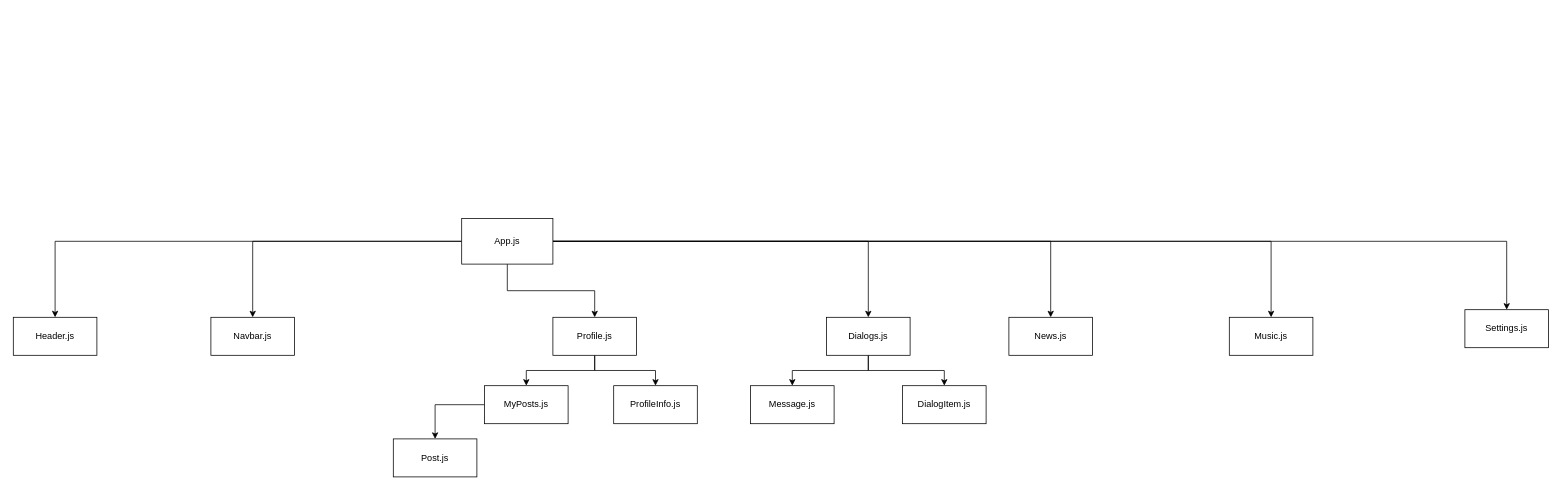
Above: Social-Network.drawio in Lonerr7/Youtube-React-Social-Network (draw.io), before the change. Source tidied: cells renumbered, new cells numbered last; positions are measured from the earlier drawing's top-left corner, leaving out a move shared by most shapes. Both pictures are drawn from the tidied source at 76%, with x=0, y=0 at pixel (13, 218).
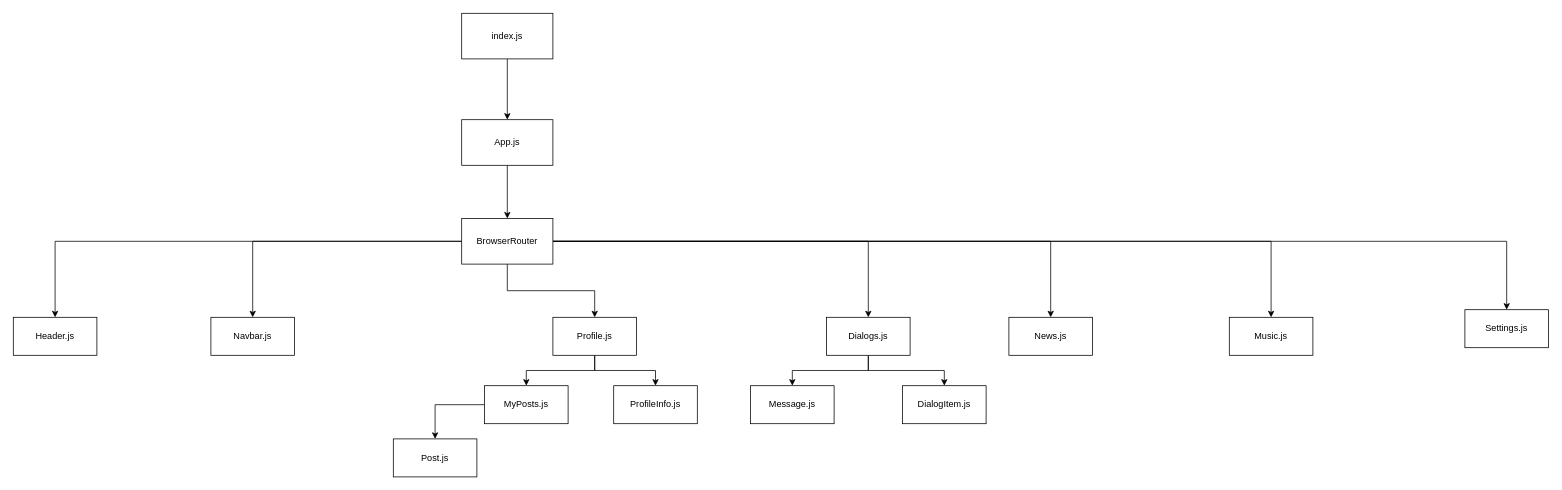
Above is the later version.

Change to the diagram source:
```diff
@@
-    <mxCell id="9" value="App.js&lt;br&gt;" style="rounded=0;whiteSpace=wrap;html=1;" parent="1" vertex="1">
+    <mxCell id="9" value="BrowserRouter&lt;br&gt;" style="rounded=0;whiteSpace=wrap;html=1;" parent="1" vertex="1">
       <mxGeometry x="590" width="120" height="60" as="geometry" />
     </mxCell>
@@
+    <mxCell id="27" style="edgeStyle=orthogonalEdgeStyle;rounded=0;jettySize=auto;html=1;entryX=0.5;entryY=0;entryDx=0;entryDy=0;" parent="1" edge="1" source="28" target="9">
+      <mxGeometry relative="1" as="geometry" />
+    </mxCell>
+    <mxCell id="28" value="App.js&lt;br&gt;" style="rounded=0;whiteSpace=wrap;html=1;" parent="1" vertex="1">
+      <mxGeometry x="590" y="-130" width="120" height="60" as="geometry" />
+    </mxCell>
+    <mxCell id="29" style="edgeStyle=orthogonalEdgeStyle;rounded=0;jettySize=auto;html=1;entryX=0.5;entryY=0;entryDx=0;entryDy=0;" parent="1" edge="1" source="30" target="28">
+      <mxGeometry relative="1" as="geometry" />
+    </mxCell>
+    <mxCell id="30" value="index.js" style="rounded=0;whiteSpace=wrap;html=1;" parent="1" vertex="1">
+      <mxGeometry x="590" y="-270" width="120" height="60" as="geometry" />
+    </mxCell>
```
